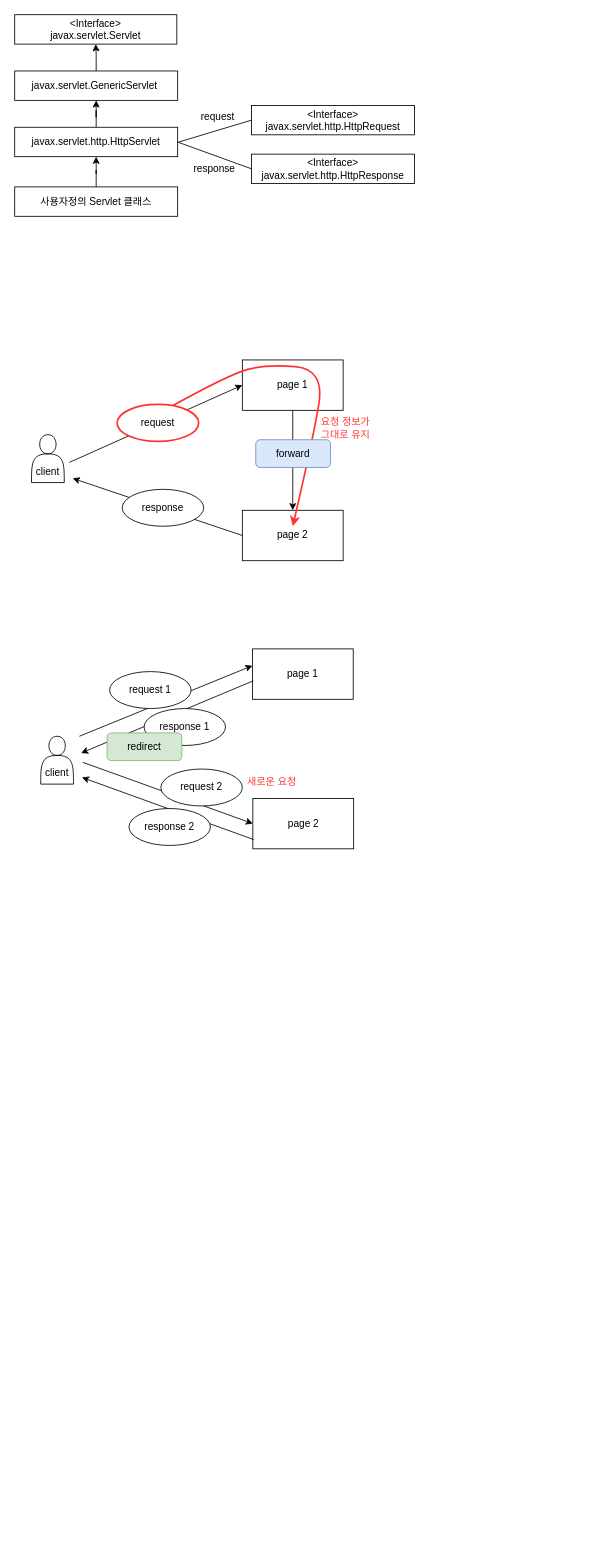
This is content/blog/WEB/img/servlet.drawio from hyemin-jang/hyemin-jang.github.io, a draw.io file, before an edit. Source tidied: cells renumbered, new cells numbered last; positions are measured from the earlier drawing's top-left corner, leaving out a move shared by most shapes. Both pictures are drawn from the tidied source at 84%, with x=0, y=0 at pixel (14, 14).
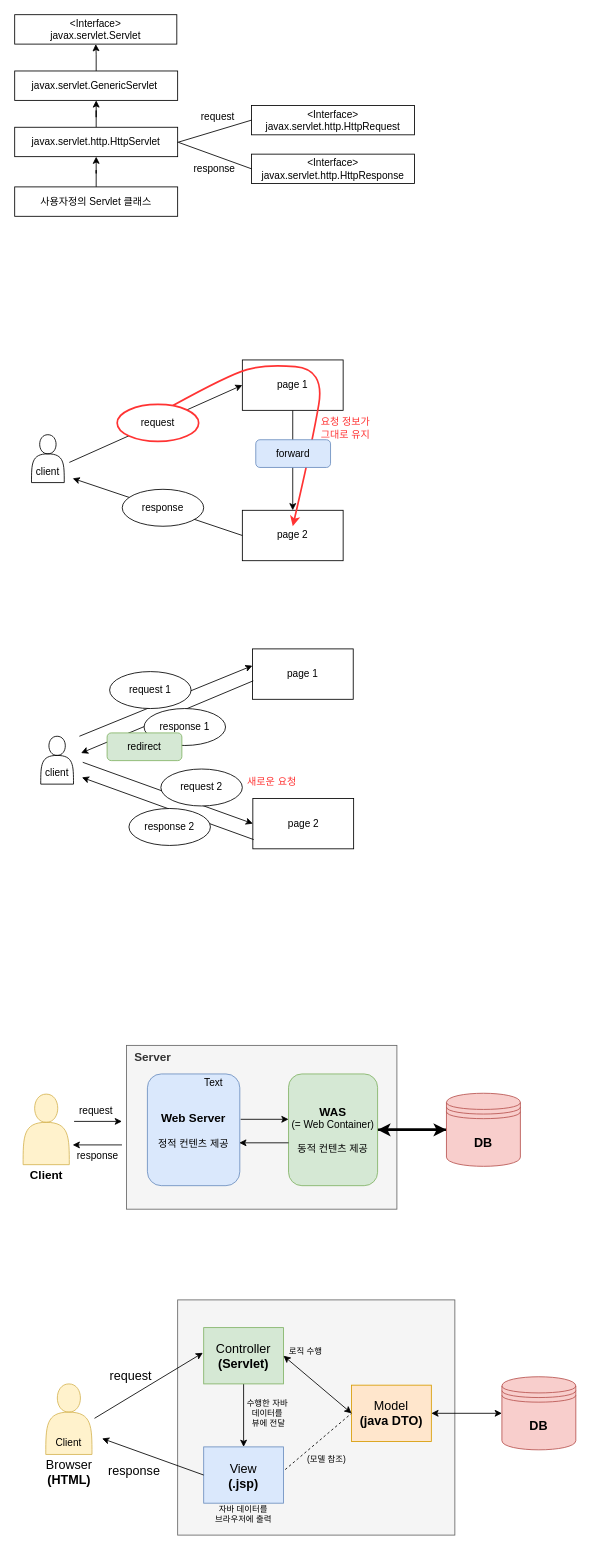
The same page after the edit.

Diff of the diagram source:
```diff
@@
+    <mxCell id="39" style="rounded=0;whiteSpace=wrap;html=1;fontSize=15;fillColor=#f5f5f5;strokeColor=#666666;fontColor=#333333;" parent="1" vertex="1">
+      <mxGeometry x="194" y="1530" width="330" height="280" as="geometry" />
+    </mxCell>
+    <mxCell id="40" value="&lt;b style=&quot;font-size: 14px&quot;&gt;&lt;font style=&quot;font-size: 14px&quot;&gt;&amp;nbsp; Server&lt;br&gt;&lt;br&gt;&lt;br&gt;&lt;br&gt;&lt;br&gt;&lt;br&gt;&lt;br&gt;&lt;br&gt;&lt;br&gt;&lt;br&gt;&lt;/font&gt;&lt;/b&gt;&lt;div style=&quot;font-size: 14px&quot;&gt;&lt;br&gt;&lt;/div&gt;" style="rounded=0;whiteSpace=wrap;html=1;fillColor=#f5f5f5;strokeColor=#666666;fontColor=#333333;align=left;" parent="1" vertex="1">
+      <mxGeometry x="133" y="1227" width="322" height="195" as="geometry" />
+    </mxCell>
@@
+    <mxCell id="41" style="shape=actor;whiteSpace=wrap;html=1;fillColor=#fff2cc;strokeColor=#d6b656;" parent="1" vertex="1">
+      <mxGeometry x="10" y="1285" width="55" height="84" as="geometry" />
+    </mxCell>
+    <mxCell id="42" value="&lt;b&gt;&lt;font style=&quot;font-size: 14px&quot;&gt;Web Server&lt;/font&gt;&lt;/b&gt;&lt;br&gt;&lt;br&gt;정적 컨텐츠 제공" style="rounded=1;whiteSpace=wrap;html=1;fillColor=#dae8fc;strokeColor=#6c8ebf;" parent="1" vertex="1">
+      <mxGeometry x="158" y="1261" width="110" height="133" as="geometry" />
+    </mxCell>
+    <mxCell id="43" style="edgeStyle=orthogonalEdgeStyle;rounded=0;jettySize=auto;html=1;fontSize=15;endArrow=classic;endFill=1;strokeWidth=3;" parent="1" edge="1" source="44" target="46">
+      <mxGeometry relative="1" as="geometry" />
+    </mxCell>
+    <mxCell id="44" value="&lt;b&gt;&lt;font style=&quot;font-size: 14px&quot;&gt;WAS&lt;/font&gt;&lt;/b&gt;&lt;br&gt;(= Web Container)&lt;br&gt;&lt;br&gt;동적 컨텐츠 제공" style="rounded=1;whiteSpace=wrap;html=1;fillColor=#d5e8d4;strokeColor=#82b366;" parent="1" vertex="1">
+      <mxGeometry x="326" y="1261" width="106" height="133" as="geometry" />
+    </mxCell>
+    <mxCell id="45" style="edgeStyle=orthogonalEdgeStyle;rounded=0;jettySize=auto;html=1;fontSize=15;strokeWidth=3;" parent="1" edge="1" source="46" target="44">
+      <mxGeometry relative="1" as="geometry">
+        <Array as="points">
+          <mxPoint x="475" y="1328" />
+          <mxPoint x="475" y="1328" />
+        </Array>
+      </mxGeometry>
+    </mxCell>
+    <mxCell id="46" value="DB" style="shape=datastore;whiteSpace=wrap;html=1;fontStyle=1;fontSize=15;fillColor=#f8cecc;strokeColor=#b85450;" parent="1" vertex="1">
+      <mxGeometry x="514" y="1284" width="88" height="87" as="geometry" />
+    </mxCell>
+    <mxCell id="47" style="endArrow=classic;html=1;entryX=0.019;entryY=0.346;entryDx=0;entryDy=0;entryPerimeter=0;" parent="1" edge="1">
+      <mxGeometry relative="1" as="geometry">
+        <mxPoint x="269" y="1315" as="sourcePoint" />
+        <mxPoint x="326" y="1315" as="targetPoint" />
+      </mxGeometry>
+    </mxCell>
+    <mxCell id="48" style="endArrow=classic;html=1;entryX=0.994;entryY=0.677;entryDx=0;entryDy=0;entryPerimeter=0;" parent="1" edge="1">
+      <mxGeometry relative="1" as="geometry">
+        <mxPoint x="326" y="1343" as="sourcePoint" />
+        <mxPoint x="267.3" y="1343" as="targetPoint" />
+      </mxGeometry>
+    </mxCell>
+    <mxCell id="49" style="endArrow=classic;html=1;entryX=0.019;entryY=0.346;entryDx=0;entryDy=0;entryPerimeter=0;" parent="1" edge="1">
+      <mxGeometry relative="1" as="geometry">
+        <mxPoint x="70.7" y="1317.5" as="sourcePoint" />
+        <mxPoint x="127.7" y="1317.5" as="targetPoint" />
+      </mxGeometry>
+    </mxCell>
+    <mxCell id="50" style="endArrow=classic;html=1;entryX=0.994;entryY=0.677;entryDx=0;entryDy=0;entryPerimeter=0;" parent="1" edge="1">
+      <mxGeometry relative="1" as="geometry">
+        <mxPoint x="127.7" y="1345.5" as="sourcePoint" />
+        <mxPoint x="69" y="1345.5" as="targetPoint" />
+      </mxGeometry>
+    </mxCell>
+    <mxCell id="51" value="Text" style="text;html=1;strokeColor=none;fillColor=none;align=center;verticalAlign=middle;whiteSpace=wrap;rounded=0;" parent="1" vertex="1">
+      <mxGeometry x="217" y="1262" width="40" height="20" as="geometry" />
+    </mxCell>
+    <mxCell id="52" value="request" style="text;html=1;strokeColor=none;fillColor=none;align=center;verticalAlign=middle;whiteSpace=wrap;rounded=0;" parent="1" vertex="1">
+      <mxGeometry x="77" y="1295" width="40" height="20" as="geometry" />
+    </mxCell>
+    <mxCell id="53" value="response" style="text;html=1;strokeColor=none;fillColor=none;align=center;verticalAlign=middle;whiteSpace=wrap;rounded=0;" parent="1" vertex="1">
+      <mxGeometry x="79" y="1349" width="40" height="20" as="geometry" />
+    </mxCell>
+    <mxCell id="54" value="Client" style="text;html=1;strokeColor=none;fillColor=none;align=center;verticalAlign=middle;whiteSpace=wrap;rounded=0;fontStyle=1;fontSize=14;" parent="1" vertex="1">
+      <mxGeometry x="18" y="1372" width="40" height="20" as="geometry" />
+    </mxCell>
+    <mxCell id="55" value="&lt;br&gt;&lt;br&gt;&lt;br&gt;&lt;br&gt;Client" style="shape=actor;whiteSpace=wrap;html=1;fillColor=#fff2cc;strokeColor=#d6b656;" parent="1" vertex="1">
+      <mxGeometry x="37" y="1630" width="55" height="84" as="geometry" />
+    </mxCell>
+    <mxCell id="56" style="edgeStyle=orthogonalEdgeStyle;rounded=0;jettySize=auto;html=1;fontSize=15;endArrow=classic;endFill=1;strokeWidth=1;" parent="1" edge="1" source="57" target="58">
+      <mxGeometry relative="1" as="geometry" />
+    </mxCell>
+    <mxCell id="57" value="Controller&lt;br&gt;&lt;b&gt;(Servlet)&lt;/b&gt;" style="rounded=0;whiteSpace=wrap;html=1;fontSize=15;fillColor=#d5e8d4;strokeColor=#82b366;" parent="1" vertex="1">
+      <mxGeometry x="225" y="1563" width="95" height="67" as="geometry" />
+    </mxCell>
+    <mxCell id="58" value="View&lt;br&gt;&lt;b&gt;(.jsp)&lt;/b&gt;" style="rounded=0;whiteSpace=wrap;html=1;fontSize=15;fillColor=#dae8fc;strokeColor=#6c8ebf;" parent="1" vertex="1">
+      <mxGeometry x="225" y="1705" width="95" height="67" as="geometry" />
+    </mxCell>
+    <mxCell id="59" value="Model&lt;br&gt;&lt;b&gt;(java DTO)&lt;/b&gt;" style="rounded=0;whiteSpace=wrap;html=1;fontSize=15;fillColor=#ffe6cc;strokeColor=#d79b00;" parent="1" vertex="1">
+      <mxGeometry x="401" y="1631.5" width="95" height="67" as="geometry" />
+    </mxCell>
+    <mxCell id="60" value="DB" style="shape=datastore;whiteSpace=wrap;html=1;fontStyle=1;fontSize=15;fillColor=#f8cecc;strokeColor=#b85450;" parent="1" vertex="1">
+      <mxGeometry x="580" y="1621.5" width="88" height="87" as="geometry" />
+    </mxCell>
+    <mxCell id="61" style="endArrow=classic;html=1;fontSize=15;strokeWidth=1;" parent="1" edge="1">
+      <mxGeometry relative="1" as="geometry">
+        <mxPoint x="95" y="1671" as="sourcePoint" />
+        <mxPoint x="224" y="1593" as="targetPoint" />
+      </mxGeometry>
+    </mxCell>
+    <mxCell id="62" style="endArrow=classic;html=1;fontSize=15;strokeWidth=1;exitX=0;exitY=0.5;exitDx=0;exitDy=0;" parent="1" edge="1" source="58">
+      <mxGeometry relative="1" as="geometry">
+        <mxPoint x="104" y="1695" as="targetPoint" />
+      </mxGeometry>
+    </mxCell>
+    <mxCell id="63" style="endArrow=classic;html=1;fontSize=15;strokeWidth=1;exitX=0;exitY=0.5;exitDx=0;exitDy=0;entryX=1;entryY=0.5;entryDx=0;entryDy=0;startArrow=classic;startFill=1;" parent="1" edge="1" source="59" target="57">
+      <mxGeometry relative="1" as="geometry" />
+    </mxCell>
+    <mxCell id="64" style="endArrow=classic;startArrow=classic;html=1;fontSize=15;strokeWidth=1;exitX=1;exitY=0.5;exitDx=0;exitDy=0;entryX=0;entryY=0.5;entryDx=0;entryDy=0;" parent="1" edge="1" source="59" target="60">
+      <mxGeometry relative="1" as="geometry" />
+    </mxCell>
+    <mxCell id="65" value="Browser&lt;br&gt;&lt;b&gt;(HTML)&lt;/b&gt;" style="text;html=1;strokeColor=none;fillColor=none;align=center;verticalAlign=middle;whiteSpace=wrap;rounded=0;fontSize=15;" parent="1" vertex="1">
+      <mxGeometry x="45" y="1725" width="40" height="20" as="geometry" />
+    </mxCell>
+    <mxCell id="66" value="request" style="text;html=1;strokeColor=none;fillColor=none;align=center;verticalAlign=middle;whiteSpace=wrap;rounded=0;fontSize=15;" parent="1" vertex="1">
+      <mxGeometry x="99" y="1610" width="79" height="20" as="geometry" />
+    </mxCell>
+    <mxCell id="67" value="로직 수행" style="text;html=1;strokeColor=none;fillColor=none;align=center;verticalAlign=middle;whiteSpace=wrap;rounded=0;fontSize=10;" parent="1" vertex="1">
+      <mxGeometry x="307" y="1581" width="79" height="20" as="geometry" />
+    </mxCell>
+    <mxCell id="68" value="수행한 자바 데이터를&lt;br&gt;&amp;nbsp;뷰에 전달" style="text;html=1;strokeColor=none;fillColor=none;align=center;verticalAlign=middle;whiteSpace=wrap;rounded=0;fontSize=10;" parent="1" vertex="1">
+      <mxGeometry x="272" y="1655" width="58" height="20" as="geometry" />
+    </mxCell>
+    <mxCell id="69" value="자바 데이터를 &lt;br&gt;브라우저에 출력" style="text;html=1;strokeColor=none;fillColor=none;align=center;verticalAlign=middle;whiteSpace=wrap;rounded=0;fontSize=10;" parent="1" vertex="1">
+      <mxGeometry x="232.2" y="1775" width="80.5" height="20" as="geometry" />
+    </mxCell>
+    <mxCell id="70" style="endArrow=none;dashed=1;html=1;fontSize=10;strokeWidth=1;entryX=0;entryY=0.5;entryDx=0;entryDy=0;" parent="1" edge="1" target="59">
+      <mxGeometry relative="1" as="geometry">
+        <mxPoint x="322" y="1732" as="sourcePoint" />
+      </mxGeometry>
+    </mxCell>
+    <mxCell id="71" value="response" style="text;html=1;strokeColor=none;fillColor=none;align=center;verticalAlign=middle;whiteSpace=wrap;rounded=0;fontSize=15;" parent="1" vertex="1">
+      <mxGeometry x="103" y="1723" width="79" height="20" as="geometry" />
+    </mxCell>
+    <mxCell id="72" value="(모델 참조)" style="text;html=1;strokeColor=none;fillColor=none;align=center;verticalAlign=middle;whiteSpace=wrap;rounded=0;fontSize=10;" parent="1" vertex="1">
+      <mxGeometry x="332" y="1708.5" width="79" height="20" as="geometry" />
+    </mxCell>
```
